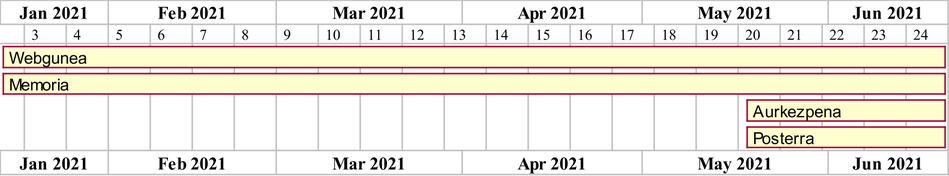
Before: Proiektua/PlantUML/Gantt.png, a diagram exported from PlantUML (juletx/ProMeta). Source of this version:
```plantuml
@startgantt
scale 5/2
printscale weekly
project starts the 2021/01/14
2021/06/20 is closed
[Webgunea] starts 2021/01/14 and ends 2021/06/20
[Memoria] starts 2021/01/14 and ends 2021/06/20
[Aurkezpena] starts 2021/05/18 and ends 2021/06/20
[Posterra] starts 2021/05/18 and ends 2021/06/20
@endgantt
```
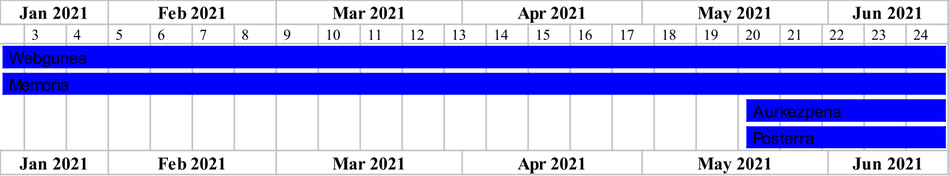
Above is the later version.

Change to the diagram source:
```diff
@@ -1,4 +1,4 @@
-@startgantt
+@startgantt Gantt
 scale 5/2
 printscale weekly
 project starts the 2021/01/14
@@ -7,4 +7,8 @@
 [Memoria] starts 2021/01/14 and ends 2021/06/20
 [Aurkezpena] starts 2021/05/18 and ends 2021/06/20
 [Posterra] starts 2021/05/18 and ends 2021/06/20
+[Webgunea] is colored in Blue
+[Memoria] is colored in Blue
+[Aurkezpena] is colored in Blue
+[Posterra] is colored in Blue
 @endgantt
```
